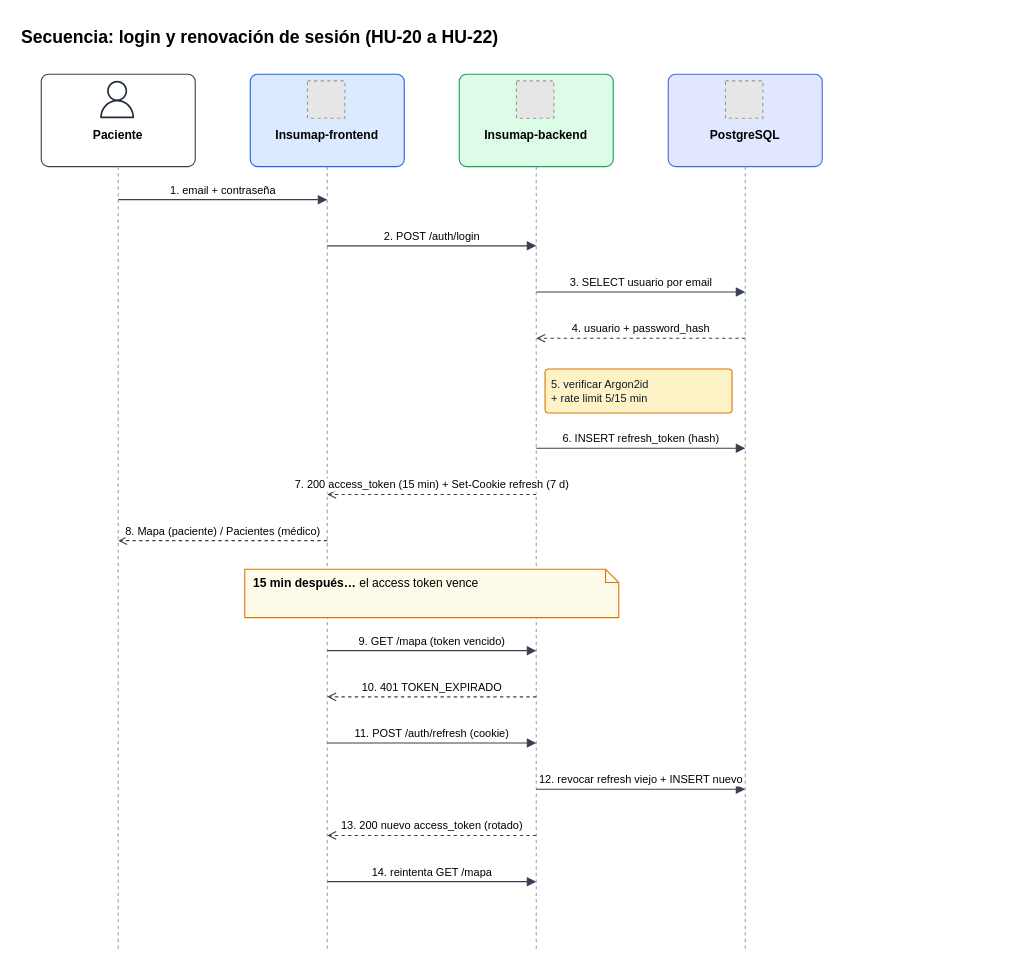
NicoalsD/Insumap-backend keeps this draw.io diagram as docs/images/seq-login.drawio. Above is the earlier version. Source tidied: cells renumbered, new cells numbered last; positions are measured from the earlier drawing's top-left corner, leaving out a move shared by most shapes. Both pictures are drawn from the tidied source at 110%, with x=0, y=0 at pixel (19, 19). Pictures stored in the file or linked from it are replaced by grey dashed boxes.
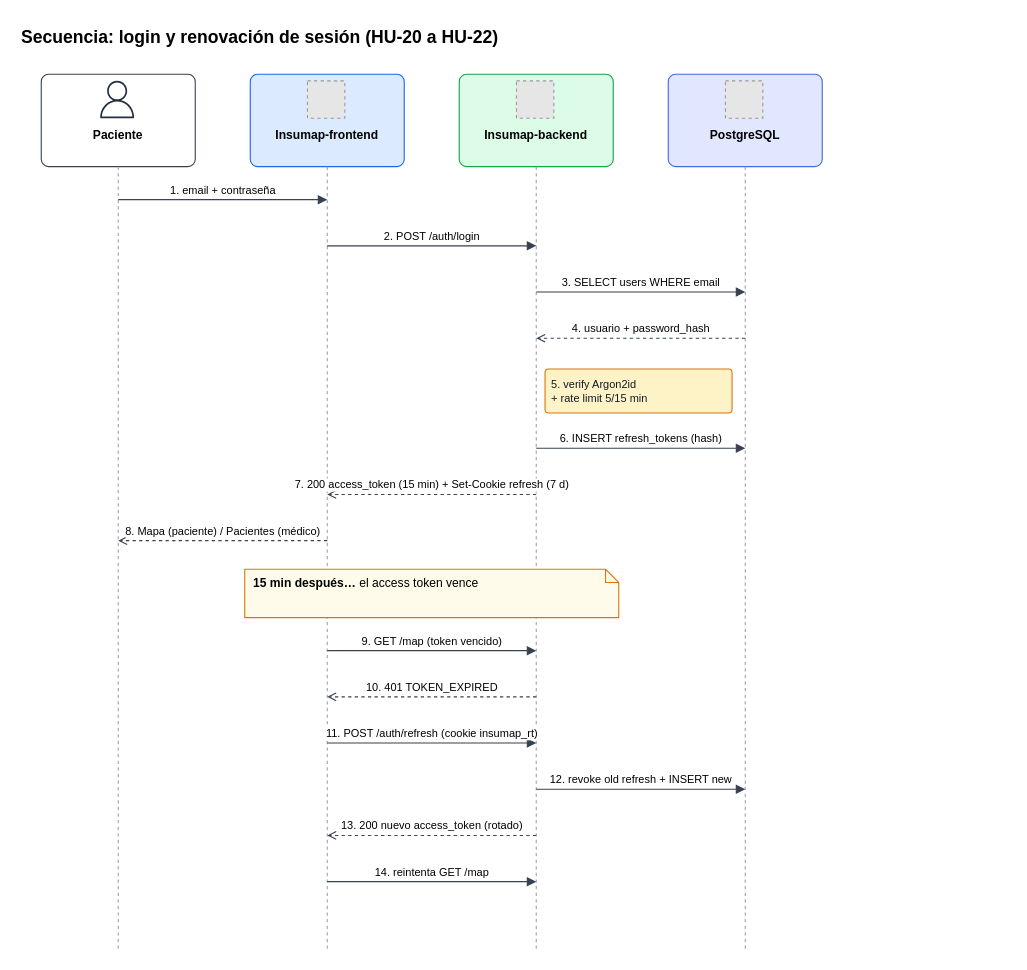
The same page after the edit.

Diff of the diagram source:
```diff
@@
-    <mxCell id="21" value="3. SELECT usuario por email" style="html=1;endArrow=block;endFill=1;strokeColor=#374151;fontFamily=Helvetica;fontSize=10;labelBackgroundColor=#FFFFFF;verticalAlign=bottom;" parent="1" edge="1">
+    <mxCell id="21" value="3. SELECT users WHERE email" style="html=1;endArrow=block;endFill=1;strokeColor=#374151;fontFamily=Helvetica;fontSize=10;labelBackgroundColor=#FFFFFF;verticalAlign=bottom;" parent="1" edge="1">
       <mxGeometry relative="1" as="geometry">
         <mxPoint x="470" y="248" as="sourcePoint" />
         <mxPoint x="660" y="248" as="targetPoint" />
       </mxGeometry>
     </mxCell>
@@
-    <mxCell id="23" value="5. verificar Argon2id&lt;br&gt;+ rate limit 5/15 min" style="rounded=1;whiteSpace=wrap;html=1;arcSize=8;fillColor=#FEF3C7;strokeColor=#D97706;fontColor=#111827;fontFamily=Helvetica;fontSize=12;fontSize=10;align=left;spacingLeft=4;" parent="1" vertex="1">
+    <mxCell id="23" value="5. verify Argon2id&lt;br&gt;+ rate limit 5/15 min" style="rounded=1;whiteSpace=wrap;html=1;arcSize=8;fillColor=#FEF3C7;strokeColor=#D97706;fontColor=#111827;fontFamily=Helvetica;fontSize=12;fontSize=10;align=left;spacingLeft=4;" parent="1" vertex="1">
       <mxGeometry x="478" y="318" width="170" height="40" as="geometry" />
     </mxCell>
-    <mxCell id="24" value="6. INSERT refresh_token (hash)" style="html=1;endArrow=block;endFill=1;strokeColor=#374151;fontFamily=Helvetica;fontSize=10;labelBackgroundColor=#FFFFFF;verticalAlign=bottom;" parent="1" edge="1">
+    <mxCell id="24" value="6. INSERT refresh_tokens (hash)" style="html=1;endArrow=block;endFill=1;strokeColor=#374151;fontFamily=Helvetica;fontSize=10;labelBackgroundColor=#FFFFFF;verticalAlign=bottom;" parent="1" edge="1">
       <mxGeometry relative="1" as="geometry">
         <mxPoint x="470" y="390" as="sourcePoint" />
         <mxPoint x="660" y="390" as="targetPoint" />
       </mxGeometry>
     </mxCell>
@@
-    <mxCell id="28" value="9. GET /mapa (token vencido)" style="html=1;endArrow=block;endFill=1;strokeColor=#374151;fontFamily=Helvetica;fontSize=10;labelBackgroundColor=#FFFFFF;verticalAlign=bottom;" parent="1" edge="1">
+    <mxCell id="28" value="9. GET /map (token vencido)" style="html=1;endArrow=block;endFill=1;strokeColor=#374151;fontFamily=Helvetica;fontSize=10;labelBackgroundColor=#FFFFFF;verticalAlign=bottom;" parent="1" edge="1">
       <mxGeometry relative="1" as="geometry">
         <mxPoint x="280" y="574" as="sourcePoint" />
         <mxPoint x="470" y="574" as="targetPoint" />
       </mxGeometry>
     </mxCell>
-    <mxCell id="29" value="10. 401 TOKEN_EXPIRADO" style="html=1;endArrow=block;endFill=1;strokeColor=#374151;fontFamily=Helvetica;fontSize=10;labelBackgroundColor=#FFFFFF;verticalAlign=bottom;dashed=1;endFill=0;endArrow=open;" parent="1" edge="1">
+    <mxCell id="29" value="10. 401 TOKEN_EXPIRED" style="html=1;endArrow=block;endFill=1;strokeColor=#374151;fontFamily=Helvetica;fontSize=10;labelBackgroundColor=#FFFFFF;verticalAlign=bottom;dashed=1;endFill=0;endArrow=open;" parent="1" edge="1">
       <mxGeometry relative="1" as="geometry">
         <mxPoint x="470" y="616" as="sourcePoint" />
         <mxPoint x="280" y="616" as="targetPoint" />
       </mxGeometry>
     </mxCell>
-    <mxCell id="30" value="11. POST /auth/refresh (cookie)" style="html=1;endArrow=block;endFill=1;strokeColor=#374151;fontFamily=Helvetica;fontSize=10;labelBackgroundColor=#FFFFFF;verticalAlign=bottom;" parent="1" edge="1">
+    <mxCell id="30" value="11. POST /auth/refresh (cookie insumap_rt)" style="html=1;endArrow=block;endFill=1;strokeColor=#374151;fontFamily=Helvetica;fontSize=10;labelBackgroundColor=#FFFFFF;verticalAlign=bottom;" parent="1" edge="1">
       <mxGeometry relative="1" as="geometry">
         <mxPoint x="280" y="658" as="sourcePoint" />
         <mxPoint x="470" y="658" as="targetPoint" />
       </mxGeometry>
     </mxCell>
-    <mxCell id="31" value="12. revocar refresh viejo + INSERT nuevo" style="html=1;endArrow=block;endFill=1;strokeColor=#374151;fontFamily=Helvetica;fontSize=10;labelBackgroundColor=#FFFFFF;verticalAlign=bottom;" parent="1" edge="1">
+    <mxCell id="31" value="12. revoke old refresh + INSERT new" style="html=1;endArrow=block;endFill=1;strokeColor=#374151;fontFamily=Helvetica;fontSize=10;labelBackgroundColor=#FFFFFF;verticalAlign=bottom;" parent="1" edge="1">
       <mxGeometry relative="1" as="geometry">
         <mxPoint x="470" y="700" as="sourcePoint" />
         <mxPoint x="660" y="700" as="targetPoint" />
       </mxGeometry>
     </mxCell>
@@
-    <mxCell id="33" value="14. reintenta GET /mapa" style="html=1;endArrow=block;endFill=1;strokeColor=#374151;fontFamily=Helvetica;fontSize=10;labelBackgroundColor=#FFFFFF;verticalAlign=bottom;" parent="1" edge="1">
+    <mxCell id="33" value="14. reintenta GET /map" style="html=1;endArrow=block;endFill=1;strokeColor=#374151;fontFamily=Helvetica;fontSize=10;labelBackgroundColor=#FFFFFF;verticalAlign=bottom;" parent="1" edge="1">
       <mxGeometry relative="1" as="geometry">
         <mxPoint x="280" y="784" as="sourcePoint" />
         <mxPoint x="470" y="784" as="targetPoint" />
       </mxGeometry>
     </mxCell>
```
